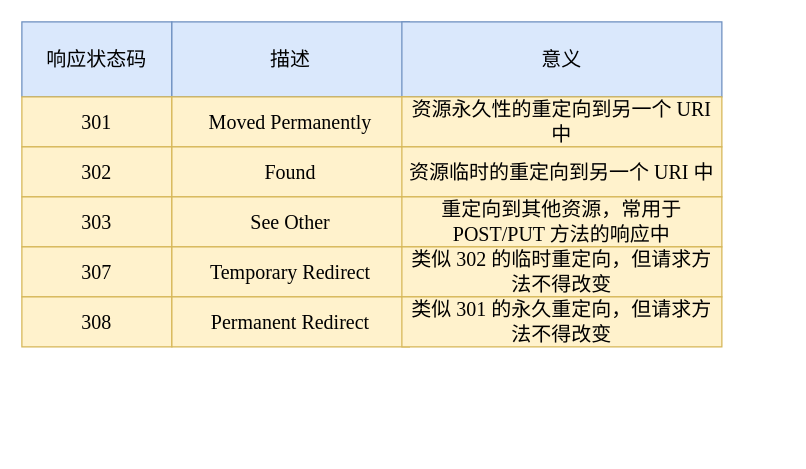
Above: 网络/http1.1优化/重定向响应码.drawio in xiaolincoder/ImageHost4 (draw.io), before the change. Source tidied: cells renumbered, new cells numbered last; positions are measured from the earlier drawing's top-left corner, leaving out a move shared by most shapes. Both pictures are drawn from the tidied source at 125%, with x=0, y=0 at pixel (21, 21).
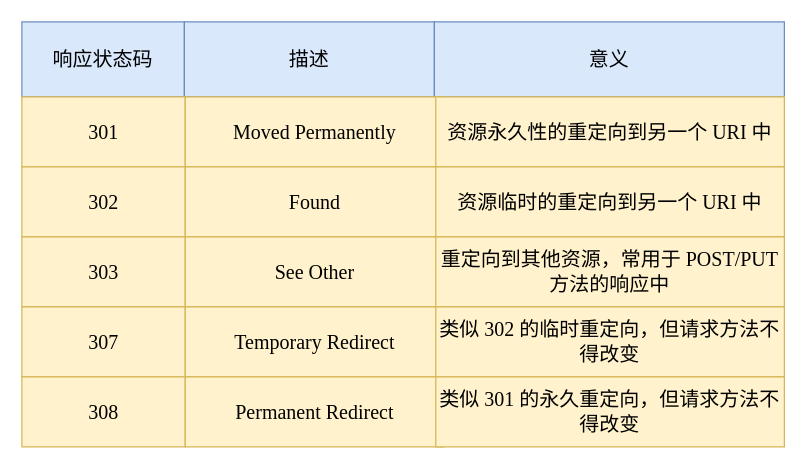
The same page after the edit.

Commit message (it also covers changes not shown here):
更新重定向响应码.drawio

Change to the diagram source:
```diff
@@
     <mxCell id="2" value="响应状态码" style="rounded=0;whiteSpace=wrap;fontSize=16;fontFamily=Times New Roman;html=1;fillColor=#dae8fc;strokeColor=#6c8ebf;" parent="1" vertex="1">
-      <mxGeometry width="120" height="60" as="geometry" />
+      <mxGeometry width="130" height="60" as="geometry" />
     </mxCell>
     <mxCell id="3" value="描述" style="rounded=0;whiteSpace=wrap;fontSize=16;fontFamily=Times New Roman;html=1;fillColor=#dae8fc;strokeColor=#6c8ebf;" parent="1" vertex="1">
-      <mxGeometry x="120" width="190" height="60" as="geometry" />
+      <mxGeometry x="130" width="200" height="60" as="geometry" />
     </mxCell>
     <mxCell id="4" value="意义" style="rounded=0;whiteSpace=wrap;fontSize=16;fontFamily=Times New Roman;html=1;fillColor=#dae8fc;strokeColor=#6c8ebf;" parent="1" vertex="1">
-      <mxGeometry x="304" width="256" height="60" as="geometry" />
+      <mxGeometry x="330" width="280" height="60" as="geometry" />
     </mxCell>
+    <mxCell id="20" style="group;" parent="1" vertex="1">
+      <mxGeometry y="60" width="610" height="280" as="geometry" />
+    </mxCell>
-    <mxCell id="5" value="301" style="rounded=0;whiteSpace=wrap;fontSize=16;fontFamily=Times New Roman;html=1;fillColor=#fff2cc;strokeColor=#d6b656;" parent="1" vertex="1">
-      <mxGeometry y="60" width="120" height="40" as="geometry" />
+    <mxCell id="5" value="301" style="rounded=0;whiteSpace=wrap;fontSize=16;fontFamily=Times New Roman;html=1;fillColor=#fff2cc;strokeColor=#d6b656;" parent="20" vertex="1">
+      <mxGeometry width="130.7" height="56" as="geometry" />
     </mxCell>
-    <mxCell id="6" value="302" style="rounded=0;whiteSpace=wrap;fontSize=16;fontFamily=Times New Roman;html=1;fillColor=#fff2cc;strokeColor=#d6b656;" parent="1" vertex="1">
-      <mxGeometry y="100" width="120" height="40" as="geometry" />
+    <mxCell id="6" value="302" style="rounded=0;whiteSpace=wrap;fontSize=16;fontFamily=Times New Roman;html=1;fillColor=#fff2cc;strokeColor=#d6b656;" parent="20" vertex="1">
+      <mxGeometry y="56" width="130.7" height="56" as="geometry" />
     </mxCell>
-    <mxCell id="7" value="303" style="rounded=0;whiteSpace=wrap;fontSize=16;fontFamily=Times New Roman;html=1;fillColor=#fff2cc;strokeColor=#d6b656;" parent="1" vertex="1">
-      <mxGeometry y="140" width="120" height="40" as="geometry" />
+    <mxCell id="7" value="303" style="rounded=0;whiteSpace=wrap;fontSize=16;fontFamily=Times New Roman;html=1;fillColor=#fff2cc;strokeColor=#d6b656;" parent="20" vertex="1">
+      <mxGeometry y="112" width="130.7" height="56" as="geometry" />
     </mxCell>
-    <mxCell id="8" value="307" style="rounded=0;whiteSpace=wrap;fontSize=16;fontFamily=Times New Roman;html=1;fillColor=#fff2cc;strokeColor=#d6b656;" parent="1" vertex="1">
-      <mxGeometry y="180" width="120" height="40" as="geometry" />
+    <mxCell id="8" value="307" style="rounded=0;whiteSpace=wrap;fontSize=16;fontFamily=Times New Roman;html=1;fillColor=#fff2cc;strokeColor=#d6b656;" parent="20" vertex="1">
+      <mxGeometry y="168" width="130.7" height="56" as="geometry" />
     </mxCell>
-    <mxCell id="9" value="308" style="rounded=0;whiteSpace=wrap;fontSize=16;fontFamily=Times New Roman;html=1;fillColor=#fff2cc;strokeColor=#d6b656;" parent="1" vertex="1">
-      <mxGeometry y="220" width="120" height="40" as="geometry" />
+    <mxCell id="9" value="308" style="rounded=0;whiteSpace=wrap;fontSize=16;fontFamily=Times New Roman;html=1;fillColor=#fff2cc;strokeColor=#d6b656;" parent="20" vertex="1">
+      <mxGeometry y="224" width="130.7" height="56" as="geometry" />
     </mxCell>
-    <mxCell id="10" value="Moved Permanently" style="rounded=0;whiteSpace=wrap;fontSize=16;fontFamily=Times New Roman;html=1;fillColor=#fff2cc;strokeColor=#d6b656;" parent="1" vertex="1">
-      <mxGeometry x="120" y="60" width="190" height="40" as="geometry" />
+    <mxCell id="10" value="Moved Permanently" style="rounded=0;whiteSpace=wrap;fontSize=16;fontFamily=Times New Roman;html=1;fillColor=#fff2cc;strokeColor=#d6b656;" parent="20" vertex="1">
+      <mxGeometry x="130.7" width="207" height="56" as="geometry" />
     </mxCell>
-    <mxCell id="11" value="Found" style="rounded=0;whiteSpace=wrap;fontSize=16;fontFamily=Times New Roman;html=1;fillColor=#fff2cc;strokeColor=#d6b656;" parent="1" vertex="1">
-      <mxGeometry x="120" y="100" width="190" height="40" as="geometry" />
+    <mxCell id="11" value="Found" style="rounded=0;whiteSpace=wrap;fontSize=16;fontFamily=Times New Roman;html=1;fillColor=#fff2cc;strokeColor=#d6b656;" parent="20" vertex="1">
+      <mxGeometry x="130.7" y="56" width="207" height="56" as="geometry" />
     </mxCell>
-    <mxCell id="12" value="See Other" style="rounded=0;whiteSpace=wrap;fontSize=16;fontFamily=Times New Roman;html=1;fillColor=#fff2cc;strokeColor=#d6b656;" parent="1" vertex="1">
-      <mxGeometry x="120" y="140" width="190" height="40" as="geometry" />
+    <mxCell id="12" value="See Other" style="rounded=0;whiteSpace=wrap;fontSize=16;fontFamily=Times New Roman;html=1;fillColor=#fff2cc;strokeColor=#d6b656;" parent="20" vertex="1">
+      <mxGeometry x="130.7" y="112" width="207" height="56" as="geometry" />
     </mxCell>
-    <mxCell id="13" value="Temporary Redirect" style="rounded=0;whiteSpace=wrap;fontSize=16;fontFamily=Times New Roman;html=1;fillColor=#fff2cc;strokeColor=#d6b656;" parent="1" vertex="1">
-      <mxGeometry x="120" y="180" width="190" height="40" as="geometry" />
+    <mxCell id="13" value="Temporary Redirect" style="rounded=0;whiteSpace=wrap;fontSize=16;fontFamily=Times New Roman;html=1;fillColor=#fff2cc;strokeColor=#d6b656;" parent="20" vertex="1">
+      <mxGeometry x="130.7" y="168" width="207" height="56" as="geometry" />
     </mxCell>
-    <mxCell id="14" value="Permanent Redirect" style="rounded=0;whiteSpace=wrap;fontSize=16;fontFamily=Times New Roman;fontStyle=0;html=1;fillColor=#fff2cc;strokeColor=#d6b656;" parent="1" vertex="1">
-      <mxGeometry x="120" y="220" width="190" height="40" as="geometry" />
+    <mxCell id="14" value="Permanent Redirect" style="rounded=0;whiteSpace=wrap;fontSize=16;fontFamily=Times New Roman;fontStyle=0;html=1;fillColor=#fff2cc;strokeColor=#d6b656;" parent="20" vertex="1">
+      <mxGeometry x="130.7" y="224" width="207" height="56" as="geometry" />
     </mxCell>
-    <mxCell id="15" value="资源永久性的重定向到另一个 URI 中" style="rounded=0;whiteSpace=wrap;fontSize=16;fontFamily=Times New Roman;html=1;fillColor=#fff2cc;strokeColor=#d6b656;" parent="1" vertex="1">
-      <mxGeometry x="304" y="60" width="256" height="40" as="geometry" />
+    <mxCell id="15" value="资源永久性的重定向到另一个 URI 中" style="rounded=0;whiteSpace=wrap;fontSize=16;fontFamily=Times New Roman;html=1;fillColor=#fff2cc;strokeColor=#d6b656;" parent="20" vertex="1">
+      <mxGeometry x="331.1" width="278.9" height="56" as="geometry" />
     </mxCell>
-    <mxCell id="16" value="资源临时的重定向到另一个 URI 中" style="rounded=0;whiteSpace=wrap;fontSize=16;fontFamily=Times New Roman;html=1;fillColor=#fff2cc;strokeColor=#d6b656;" parent="1" vertex="1">
-      <mxGeometry x="304" y="100" width="256" height="40" as="geometry" />
+    <mxCell id="16" value="资源临时的重定向到另一个 URI 中" style="rounded=0;whiteSpace=wrap;fontSize=16;fontFamily=Times New Roman;html=1;fillColor=#fff2cc;strokeColor=#d6b656;" parent="20" vertex="1">
+      <mxGeometry x="331.1" y="56" width="278.9" height="56" as="geometry" />
     </mxCell>
-    <mxCell id="17" value="重定向到其他资源，常用于 POST/PUT 方法的响应中" style="rounded=0;whiteSpace=wrap;fontSize=16;fontFamily=Times New Roman;html=1;fillColor=#fff2cc;strokeColor=#d6b656;" parent="1" vertex="1">
-      <mxGeometry x="304" y="140" width="256" height="40" as="geometry" />
+    <mxCell id="17" value="重定向到其他资源，常用于 POST/PUT 方法的响应中" style="rounded=0;whiteSpace=wrap;fontSize=16;fontFamily=Times New Roman;html=1;fillColor=#fff2cc;strokeColor=#d6b656;" parent="20" vertex="1">
+      <mxGeometry x="331.1" y="112" width="278.9" height="56" as="geometry" />
     </mxCell>
-    <mxCell id="18" value="类似 302 的临时重定向，但请求方法不得改变" style="rounded=0;whiteSpace=wrap;fontSize=16;fontFamily=Times New Roman;html=1;fillColor=#fff2cc;strokeColor=#d6b656;" parent="1" vertex="1">
-      <mxGeometry x="304" y="180" width="256" height="40" as="geometry" />
+    <mxCell id="18" value="类似 302 的临时重定向，但请求方法不得改变" style="rounded=0;whiteSpace=wrap;fontSize=16;fontFamily=Times New Roman;html=1;fillColor=#fff2cc;strokeColor=#d6b656;" parent="20" vertex="1">
+      <mxGeometry x="331.1" y="168" width="278.9" height="56" as="geometry" />
     </mxCell>
-    <mxCell id="19" value="类似 301 的永久重定向，但请求方法不得改变" style="rounded=0;whiteSpace=wrap;fontSize=16;fontFamily=Times New Roman;html=1;fillColor=#fff2cc;strokeColor=#d6b656;" parent="1" vertex="1">
-      <mxGeometry x="304" y="220" width="256" height="40" as="geometry" />
+    <mxCell id="19" value="类似 301 的永久重定向，但请求方法不得改变" style="rounded=0;whiteSpace=wrap;fontSize=16;fontFamily=Times New Roman;html=1;fillColor=#fff2cc;strokeColor=#d6b656;" parent="20" vertex="1">
+      <mxGeometry x="331.1" y="224" width="278.9" height="56" as="geometry" />
     </mxCell>
```
